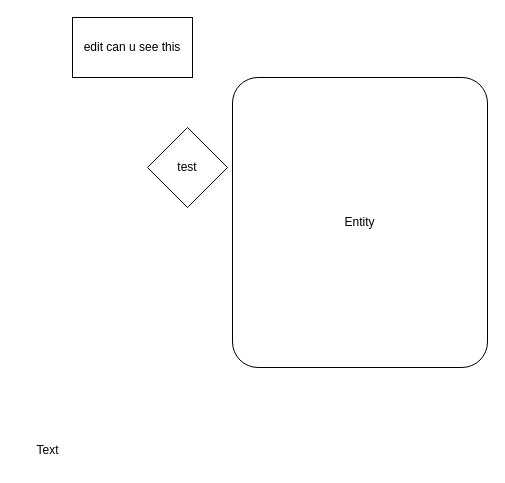
Earlier version of the draw.io diagram Untitled Diagram.drawio (diego-karsa/Data-Management-Group-15). Source tidied: cells renumbered, new cells numbered last; positions are measured from the earlier drawing's top-left corner, leaving out a move shared by most shapes. Both pictures are drawn from the tidied source at 100%, with x=0, y=0 at pixel (22, 17).
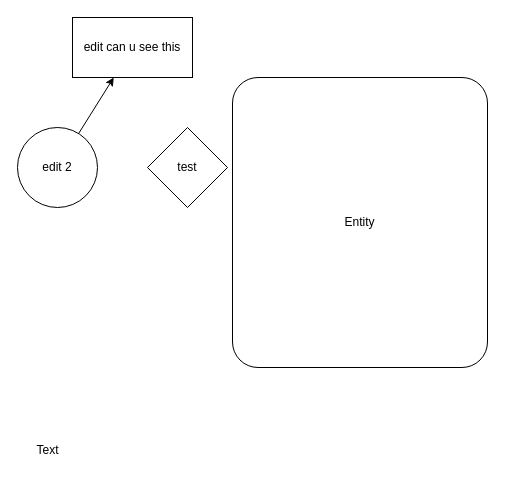
After the change.

Change to the diagram source:
```diff
@@
 <mxGraphModel>
   <root>
     <mxCell id="0" />
     <mxCell id="1" parent="0" />
     <mxCell id="2" value="test" style="rhombus;whiteSpace=wrap;html=1;" parent="1" vertex="1">
       <mxGeometry x="125" y="110" width="80" height="80" as="geometry" />
     </mxCell>
     <mxCell id="3" value="Entity" style="rounded=1;arcSize=10;whiteSpace=wrap;html=1;align=center;" parent="1" vertex="1">
       <mxGeometry x="210" y="60" width="255" height="290" as="geometry" />
     </mxCell>
     <mxCell id="4" value="Text" style="text;html=1;align=center;verticalAlign=middle;strokeColor=none;fillColor=none;" parent="1" vertex="1">
       <mxGeometry y="418" width="50" height="30" as="geometry" />
     </mxCell>
     <mxCell id="5" value="edit can u see this" style="rounded=0;whiteSpace=wrap;html=1;" parent="1" vertex="1">
       <mxGeometry x="50" width="120" height="60" as="geometry" />
     </mxCell>
+    <mxCell id="6" style="edgeStyle=none;html=1;" parent="1" edge="1" source="7" target="5">
+      <mxGeometry relative="1" as="geometry" />
+    </mxCell>
+    <mxCell id="7" value="edit 2" style="ellipse;whiteSpace=wrap;html=1;" parent="1" vertex="1">
+      <mxGeometry x="-5" y="110" width="80" height="80" as="geometry" />
+    </mxCell>
   </root>
 </mxGraphModel>
```
